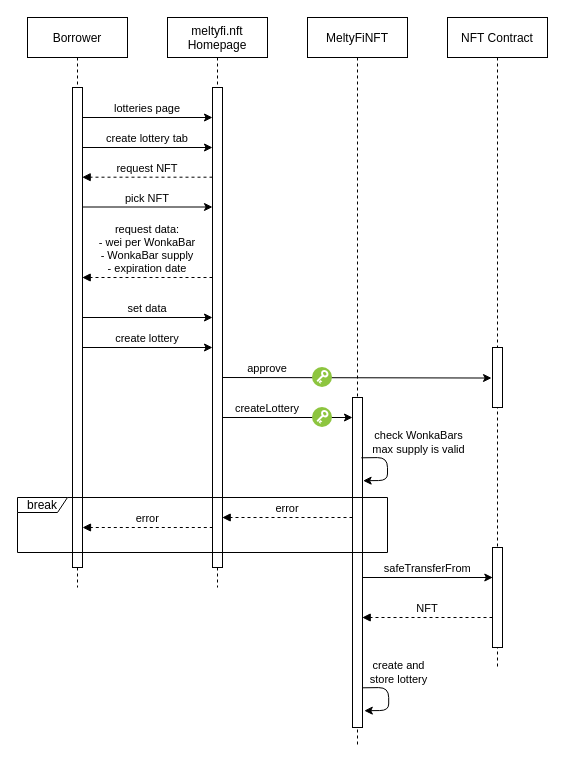
The draw.io diagram page "Page-1" (1 of 5) of report/diagrams/sequence_diagrams.drawio in VincenzoImp/meltyfi, before the edit. Source tidied: cells renumbered, new cells numbered last; positions are measured from the earlier drawing's top-left corner, leaving out a move shared by most shapes. Both pictures are drawn from the tidied source at 100%, with x=0, y=0 at pixel (17, 17).
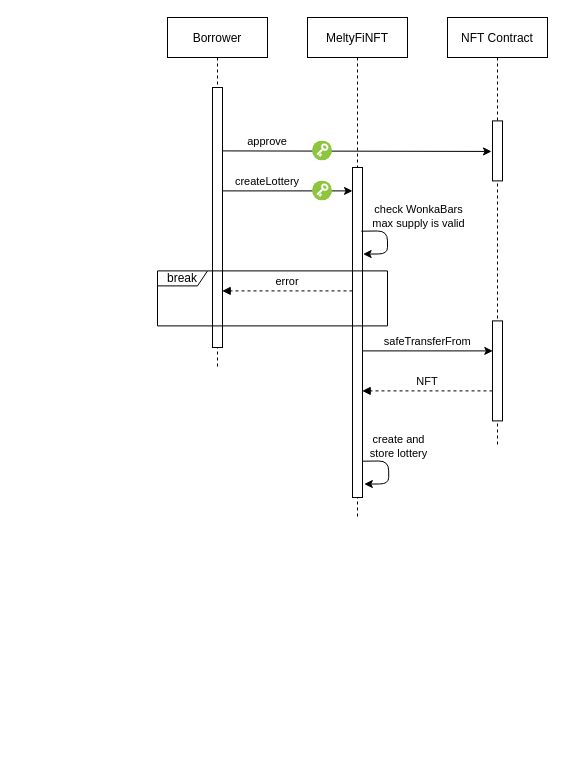
The same diagram, later.

The edit, as a diff of the source:
```diff
@@
-    <mxCell id="2" value="Borrower" style="shape=umlLifeline;perimeter=lifelinePerimeter;rounded=0;shadow=0;strokeWidth=1;" parent="1" vertex="1">
-      <mxGeometry x="10" width="100" height="570" as="geometry" />
-    </mxCell>
-    <mxCell id="3" style="perimeter=orthogonalPerimeter;rounded=0;shadow=0;strokeWidth=1;" parent="2" vertex="1">
-      <mxGeometry x="45" y="70" width="10" height="480" as="geometry" />
-    </mxCell>
+    <mxCell id="10" value="NFT Contract" style="shape=umlLifeline;perimeter=lifelinePerimeter;rounded=0;shadow=0;strokeWidth=1;" parent="1" vertex="1">
+      <mxGeometry x="430" width="100" height="430" as="geometry" />
+    </mxCell>
-    <mxCell id="4" value="meltyfi.nft&#10;Homepage" style="shape=umlLifeline;perimeter=lifelinePerimeter;rounded=0;shadow=0;strokeWidth=1;" parent="1" vertex="1">
-      <mxGeometry x="150" width="100" height="570" as="geometry" />
+    <mxCell id="4" value="Borrower" style="shape=umlLifeline;perimeter=lifelinePerimeter;rounded=0;shadow=0;strokeWidth=1;" parent="1" vertex="1">
+      <mxGeometry x="150" width="100" height="350" as="geometry" />
     </mxCell>
     <mxCell id="5" style="perimeter=orthogonalPerimeter;rounded=0;shadow=0;strokeWidth=1;" parent="4" vertex="1">
-      <mxGeometry x="45" y="70" width="10" height="480" as="geometry" />
+      <mxGeometry x="45" y="70" width="10" height="260" as="geometry" />
     </mxCell>
-    <mxCell id="6" value="pick NFT" style="verticalAlign=bottom;endArrow=none;shadow=0;strokeWidth=1;entryX=0.967;entryY=0.219;entryDx=0;entryDy=0;entryPerimeter=0;startArrow=classic;startFill=1;endFill=0;" parent="4" edge="1">
-      <mxGeometry relative="1" as="geometry">
-        <mxPoint x="45" y="189.5" as="sourcePoint" />
-        <mxPoint x="-85.3" y="189.5" as="targetPoint" />
-      </mxGeometry>
-    </mxCell>
-    <mxCell id="7" value="request NFT" style="verticalAlign=bottom;endArrow=block;shadow=0;strokeWidth=1;entryX=0.967;entryY=0.219;entryDx=0;entryDy=0;entryPerimeter=0;dashed=1;" parent="4" edge="1">
-      <mxGeometry relative="1" as="geometry">
-        <mxPoint x="45" y="159.7" as="sourcePoint" />
-        <mxPoint x="-85.3" y="159.7" as="targetPoint" />
-      </mxGeometry>
-    </mxCell>
-    <mxCell id="8" value="create lottery tab" style="verticalAlign=bottom;endArrow=none;shadow=0;strokeWidth=1;entryX=0.967;entryY=0.219;entryDx=0;entryDy=0;entryPerimeter=0;startArrow=classic;startFill=1;endFill=0;" parent="4" edge="1">
-      <mxGeometry relative="1" as="geometry">
-        <mxPoint x="45" y="130" as="sourcePoint" />
-        <mxPoint x="-85.3" y="130" as="targetPoint" />
-      </mxGeometry>
-    </mxCell>
-    <mxCell id="9" value="create lottery" style="verticalAlign=bottom;endArrow=none;shadow=0;strokeWidth=1;entryX=0.967;entryY=0.219;entryDx=0;entryDy=0;entryPerimeter=0;startArrow=classic;startFill=1;endFill=0;" parent="4" edge="1">
-      <mxGeometry relative="1" as="geometry">
-        <mxPoint x="45" y="330" as="sourcePoint" />
-        <mxPoint x="-85.3" y="330" as="targetPoint" />
-      </mxGeometry>
-    </mxCell>
-    <mxCell id="10" value="NFT Contract" style="shape=umlLifeline;perimeter=lifelinePerimeter;rounded=0;shadow=0;strokeWidth=1;" parent="1" vertex="1">
-      <mxGeometry x="430" width="100" height="650" as="geometry" />
-    </mxCell>
-    <mxCell id="11" style="points=[];perimeter=orthogonalPerimeter;rounded=0;shadow=0;strokeWidth=1;" parent="10" vertex="1">
-      <mxGeometry x="45" y="330" width="10" height="60" as="geometry" />
-    </mxCell>
-    <mxCell id="12" value="request data:&#10;- wei per WonkaBar&#10;- WonkaBar supply&#10;- expiration date" style="verticalAlign=bottom;endArrow=block;shadow=0;strokeWidth=1;entryX=0.967;entryY=0.219;entryDx=0;entryDy=0;entryPerimeter=0;dashed=1;" parent="1" edge="1">
-      <mxGeometry relative="1" as="geometry">
-        <mxPoint x="195" y="260" as="sourcePoint" />
-        <mxPoint x="64.7" y="260" as="targetPoint" />
-      </mxGeometry>
-    </mxCell>
-    <mxCell id="13" value="lotteries page" style="verticalAlign=bottom;endArrow=none;shadow=0;strokeWidth=1;entryX=0.967;entryY=0.219;entryDx=0;entryDy=0;entryPerimeter=0;startArrow=classic;startFill=1;endFill=0;" parent="1" edge="1">
-      <mxGeometry relative="1" as="geometry">
-        <mxPoint x="195" y="100" as="sourcePoint" />
-        <mxPoint x="64.7" y="100" as="targetPoint" />
-      </mxGeometry>
-    </mxCell>
     <mxCell id="14" value="MeltyFiNFT" style="shape=umlLifeline;perimeter=lifelinePerimeter;rounded=0;shadow=0;strokeWidth=1;" parent="1" vertex="1">
-      <mxGeometry x="290" width="100" height="730" as="geometry" />
+      <mxGeometry x="290" width="100" height="500" as="geometry" />
     </mxCell>
     <mxCell id="15" style="perimeter=orthogonalPerimeter;rounded=0;shadow=0;strokeWidth=1;" parent="14" vertex="1">
-      <mxGeometry x="45" y="380" width="10" height="330" as="geometry" />
+      <mxGeometry x="45" y="150" width="10" height="330" as="geometry" />
     </mxCell>
+    <mxCell id="11" style="points=[];perimeter=orthogonalPerimeter;rounded=0;shadow=0;strokeWidth=1;" parent="1" vertex="1">
+      <mxGeometry x="475" y="103.4" width="10" height="60" as="geometry" />
+    </mxCell>
-    <mxCell id="16" value="createLottery" style="verticalAlign=bottom;endArrow=none;shadow=0;strokeWidth=1;entryX=0.967;entryY=0.219;entryDx=0;entryDy=0;entryPerimeter=0;startArrow=classic;startFill=1;endFill=0;" parent="14" edge="1">
+    <mxCell id="16" value="createLottery" style="verticalAlign=bottom;endArrow=none;shadow=0;strokeWidth=1;entryX=0.967;entryY=0.219;entryDx=0;entryDy=0;entryPerimeter=0;startArrow=classic;startFill=1;endFill=0;" parent="1" edge="1">
       <mxGeometry x="0.3" relative="1" as="geometry">
-        <mxPoint x="45" y="400" as="sourcePoint" />
-        <mxPoint x="-85.3" y="400" as="targetPoint" />
+        <mxPoint x="335" y="173.4" as="sourcePoint" />
+        <mxPoint x="204.7" y="173.4" as="targetPoint" />
       </mxGeometry>
     </mxCell>
-    <mxCell id="17" style="endArrow=classic;html=1;exitX=0.883;exitY=0.392;exitDx=0;exitDy=0;exitPerimeter=0;entryX=1.06;entryY=0.413;entryDx=0;entryDy=0;entryPerimeter=0;jumpStyle=none;jumpSize=6;strokeWidth=1;strokeColor=default;rounded=1;" parent="14" edge="1">
+    <mxCell id="17" style="endArrow=classic;html=1;exitX=0.883;exitY=0.392;exitDx=0;exitDy=0;exitPerimeter=0;entryX=1.06;entryY=0.413;entryDx=0;entryDy=0;entryPerimeter=0;jumpStyle=none;jumpSize=6;strokeWidth=1;strokeColor=default;rounded=1;" parent="1" edge="1">
       <mxGeometry relative="1" as="geometry">
-        <mxPoint x="53.8" y="440.3" as="sourcePoint" />
-        <mxPoint x="55.6" y="463.2" as="targetPoint" />
+        <mxPoint x="343.8" y="213.7" as="sourcePoint" />
+        <mxPoint x="345.6" y="236.6" as="targetPoint" />
         <Array as="points">
-          <mxPoint x="80" y="440" />
-          <mxPoint x="80" y="463" />
+          <mxPoint x="370" y="213.4" />
+          <mxPoint x="370" y="236.4" />
         </Array>
       </mxGeometry>
     </mxCell>
@@
-    <mxCell id="19" value="approve" style="verticalAlign=bottom;endArrow=none;shadow=0;strokeWidth=1;entryX=0.967;entryY=0.219;entryDx=0;entryDy=0;entryPerimeter=0;startArrow=classic;startFill=1;endFill=0;exitX=-0.097;exitY=0.509;exitDx=0;exitDy=0;exitPerimeter=0;" parent="14" edge="1" source="11">
+    <mxCell id="19" value="approve" style="verticalAlign=bottom;endArrow=none;shadow=0;strokeWidth=1;entryX=0.967;entryY=0.219;entryDx=0;entryDy=0;entryPerimeter=0;startArrow=classic;startFill=1;endFill=0;exitX=-0.097;exitY=0.509;exitDx=0;exitDy=0;exitPerimeter=0;" parent="1" edge="1" source="11">
       <mxGeometry x="0.66" relative="1" as="geometry">
-        <mxPoint x="-85.3" y="360" as="targetPoint" />
+        <mxPoint x="204.7" y="133.4" as="targetPoint" />
       </mxGeometry>
     </mxCell>
-    <mxCell id="20" value="error" style="verticalAlign=bottom;endArrow=block;shadow=0;strokeWidth=1;entryX=0.967;entryY=0.219;entryDx=0;entryDy=0;entryPerimeter=0;dashed=1;" parent="14" edge="1">
-      <mxGeometry relative="1" as="geometry">
-        <mxPoint x="-94.7" y="510" as="sourcePoint" />
-        <mxPoint x="-225" y="510" as="targetPoint" />
-      </mxGeometry>
-    </mxCell>
-    <mxCell id="21" style="perimeter=orthogonalPerimeter;rounded=0;shadow=0;strokeWidth=1;" parent="14" vertex="1">
-      <mxGeometry x="185" y="530" width="10" height="100" as="geometry" />
+    <mxCell id="21" style="perimeter=orthogonalPerimeter;rounded=0;shadow=0;strokeWidth=1;" parent="1" vertex="1">
+      <mxGeometry x="475" y="303.4" width="10" height="100" as="geometry" />
     </mxCell>
-    <mxCell id="22" value="NFT" style="verticalAlign=bottom;endArrow=block;shadow=0;strokeWidth=1;entryX=0.967;entryY=0.219;entryDx=0;entryDy=0;entryPerimeter=0;dashed=1;" parent="14" edge="1">
+    <mxCell id="22" value="NFT" style="verticalAlign=bottom;endArrow=block;shadow=0;strokeWidth=1;entryX=0.967;entryY=0.219;entryDx=0;entryDy=0;entryPerimeter=0;dashed=1;" parent="1" edge="1">
       <mxGeometry relative="1" as="geometry">
-        <mxPoint x="185" y="600" as="sourcePoint" />
-        <mxPoint x="54.7" y="600" as="targetPoint" />
+        <mxPoint x="475" y="373.4" as="sourcePoint" />
+        <mxPoint x="344.7" y="373.4" as="targetPoint" />
       </mxGeometry>
     </mxCell>
-    <mxCell id="23" value="safeTransferFrom" style="verticalAlign=bottom;endArrow=none;shadow=0;strokeWidth=1;entryX=0.967;entryY=0.219;entryDx=0;entryDy=0;entryPerimeter=0;startArrow=classic;startFill=1;endFill=0;" parent="14" edge="1">
+    <mxCell id="23" value="safeTransferFrom" style="verticalAlign=bottom;endArrow=none;shadow=0;strokeWidth=1;entryX=0.967;entryY=0.219;entryDx=0;entryDy=0;entryPerimeter=0;startArrow=classic;startFill=1;endFill=0;" parent="1" edge="1">
       <mxGeometry relative="1" as="geometry">
-        <mxPoint x="185.3" y="560" as="sourcePoint" />
-        <mxPoint x="55" y="560" as="targetPoint" />
+        <mxPoint x="475.3" y="333.4" as="sourcePoint" />
+        <mxPoint x="345" y="333.4" as="targetPoint" />
       </mxGeometry>
     </mxCell>
-    <mxCell id="24" value="error" style="verticalAlign=bottom;endArrow=block;shadow=0;strokeWidth=1;entryX=0.967;entryY=0.219;entryDx=0;entryDy=0;entryPerimeter=0;dashed=1;" parent="14" edge="1">
+    <mxCell id="24" value="error" style="verticalAlign=bottom;endArrow=block;shadow=0;strokeWidth=1;entryX=0.967;entryY=0.219;entryDx=0;entryDy=0;entryPerimeter=0;dashed=1;" parent="1" edge="1">
       <mxGeometry relative="1" as="geometry">
-        <mxPoint x="45" y="500" as="sourcePoint" />
-        <mxPoint x="-85.3" y="500" as="targetPoint" />
+        <mxPoint x="335" y="273.4" as="sourcePoint" />
+        <mxPoint x="204.7" y="273.4" as="targetPoint" />
       </mxGeometry>
     </mxCell>
-    <mxCell id="25" style="endArrow=classic;html=1;exitX=0.883;exitY=0.392;exitDx=0;exitDy=0;exitPerimeter=0;entryX=1.06;entryY=0.413;entryDx=0;entryDy=0;entryPerimeter=0;jumpStyle=none;jumpSize=6;strokeWidth=1;strokeColor=default;rounded=1;" parent="14" edge="1">
+    <mxCell id="25" style="endArrow=classic;html=1;exitX=0.883;exitY=0.392;exitDx=0;exitDy=0;exitPerimeter=0;entryX=1.06;entryY=0.413;entryDx=0;entryDy=0;entryPerimeter=0;jumpStyle=none;jumpSize=6;strokeWidth=1;strokeColor=default;rounded=1;" parent="1" edge="1">
       <mxGeometry relative="1" as="geometry">
-        <mxPoint x="55" y="670.3" as="sourcePoint" />
-        <mxPoint x="56.8" y="693.2" as="targetPoint" />
+        <mxPoint x="345" y="443.7" as="sourcePoint" />
+        <mxPoint x="346.8" y="466.6" as="targetPoint" />
         <Array as="points">
-          <mxPoint x="81.2" y="670" />
-          <mxPoint x="81.2" y="693" />
+          <mxPoint x="371.2" y="443.4" />
+          <mxPoint x="371.2" y="466.4" />
         </Array>
       </mxGeometry>
     </mxCell>
@@
-    <mxCell id="27" value="break" style="shape=umlFrame;whiteSpace=wrap;html=1;width=50;height=15;" parent="14" vertex="1">
-      <mxGeometry x="-290" y="480" width="370" height="55" as="geometry" />
+    <mxCell id="27" value="break" style="shape=umlFrame;whiteSpace=wrap;html=1;width=50;height=15;" parent="1" vertex="1">
+      <mxGeometry x="140" y="253.4" width="230" height="55" as="geometry" />
     </mxCell>
-    <mxCell id="28" style="perimeter=ellipsePerimeter;html=1;align=center;shadow=0;dashed=0;fontColor=#4277BB;labelBackgroundColor=#ffffff;fontSize=12;spacingTop=3;image;image=img/lib/ibm/vpc/Key.svg;" parent="14" vertex="1">
-      <mxGeometry x="5" y="390" width="20" height="20" as="geometry" />
+    <mxCell id="28" style="perimeter=ellipsePerimeter;html=1;align=center;shadow=0;dashed=0;fontColor=#4277BB;labelBackgroundColor=#ffffff;fontSize=12;spacingTop=3;image;image=img/lib/ibm/vpc/Key.svg;" parent="1" vertex="1">
+      <mxGeometry x="295" y="163.4" width="20" height="20" as="geometry" />
     </mxCell>
-    <mxCell id="29" style="perimeter=ellipsePerimeter;html=1;align=center;shadow=0;dashed=0;fontColor=#4277BB;labelBackgroundColor=#ffffff;fontSize=12;spacingTop=3;image;image=img/lib/ibm/vpc/Key.svg;" parent="14" vertex="1">
-      <mxGeometry x="5" y="350" width="20" height="20" as="geometry" />
+    <mxCell id="29" style="perimeter=ellipsePerimeter;html=1;align=center;shadow=0;dashed=0;fontColor=#4277BB;labelBackgroundColor=#ffffff;fontSize=12;spacingTop=3;image;image=img/lib/ibm/vpc/Key.svg;" parent="1" vertex="1">
+      <mxGeometry x="295" y="123.4" width="20" height="20" as="geometry" />
     </mxCell>
-    <mxCell id="30" value="set data" style="verticalAlign=bottom;endArrow=none;shadow=0;strokeWidth=1;entryX=0.967;entryY=0.219;entryDx=0;entryDy=0;entryPerimeter=0;startArrow=classic;startFill=1;endFill=0;" parent="1" edge="1">
-      <mxGeometry relative="1" as="geometry">
-        <mxPoint x="195" y="300" as="sourcePoint" />
-        <mxPoint x="64.7" y="300" as="targetPoint" />
-      </mxGeometry>
-    </mxCell>
```
